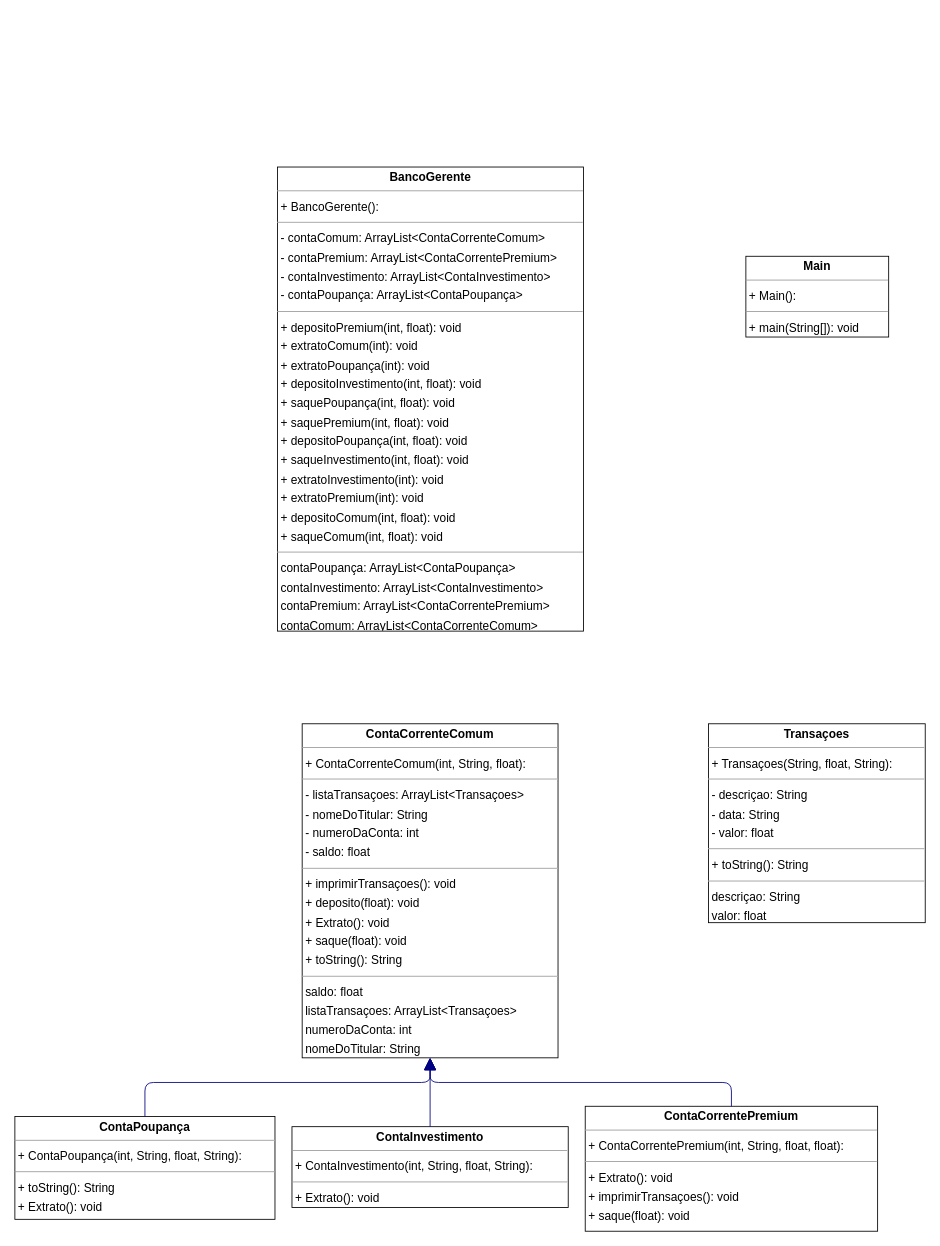
joaopaulocunhafaria/Faculdade keeps this draw.io diagram as Laboratorios POO/Laboratorio_08/Laboratorio_08.drawio. Above is the earlier version. Source tidied: cells renumbered, new cells numbered last; positions are measured from the earlier drawing's top-left corner, leaving out a move shared by most shapes. Both pictures are drawn from the tidied source at 85%, with x=0, y=0 at pixel (14, 167).
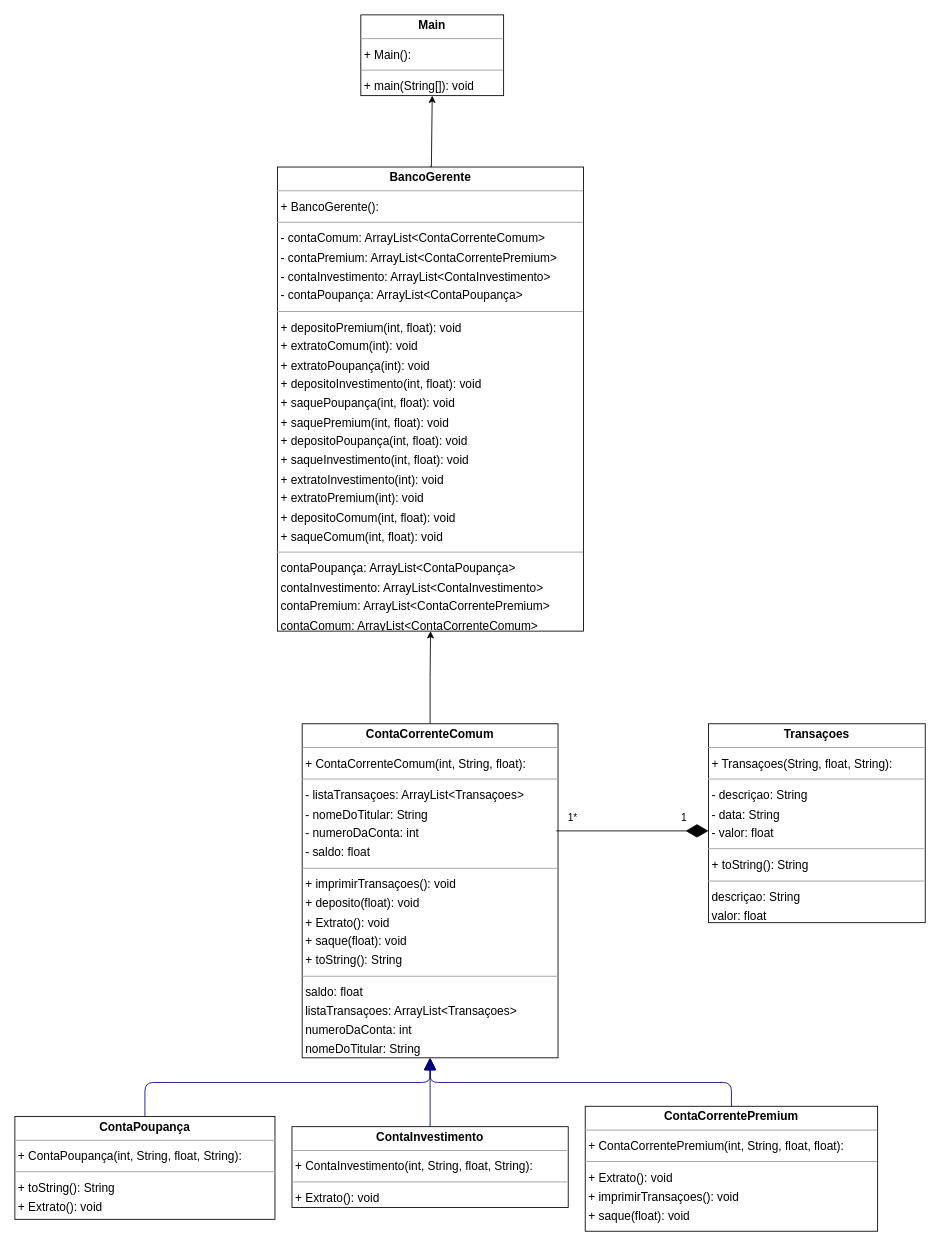
The same diagram, later.

Unchanged cells that the change refers to:
```xml
<mxCell id="2" value="&lt;p style=&quot;margin:0px;margin-top:4px;text-align:center;&quot;&gt;&lt;b&gt;BancoGerente&lt;/b&gt;&lt;/p&gt;&lt;hr size=&quot;1&quot;/&gt;&lt;p style=&quot;margin:0 0 0 4px;line-height:1.6;&quot;&gt;+ BancoGerente(): &lt;/p&gt;&lt;hr size=&quot;1&quot;/&gt;&lt;p style=&quot;margin:0 0 0 4px;line-height:1.6;&quot;&gt;- contaComum: ArrayList&amp;lt;ContaCorrenteComum&amp;gt;&lt;br/&gt;- contaPremium: ArrayList&amp;lt;ContaCorrentePremium&amp;gt;&lt;br/&gt;- contaInvestimento: ArrayList&amp;lt;ContaInvestimento&amp;gt;&lt;br/&gt;- contaPoupança: ArrayList&amp;lt;ContaPoupança&amp;gt;&lt;/p&gt;&lt;hr size=&quot;1&quot;/&gt;&lt;p style=&quot;margin:0 0 0 4px;line-height:1.6;&quot;&gt;+ depositoPremium(int, float): void&lt;br/&gt;+ extratoComum(int): void&lt;br/&gt;+ extratoPoupança(int): void&lt;br/&gt;+ depositoInvestimento(int, float): void&lt;br/&gt;+ saquePoupança(int, float): void&lt;br/&gt;+ saquePremium(int, float): void&lt;br/&gt;+ depositoPoupança(int, float): void&lt;br/&gt;+ saqueInvestimento(int, float): void&lt;br/&gt;+ extratoInvestimento(int): void&lt;br/&gt;+ extratoPremium(int): void&lt;br/&gt;+ depositoComum(int, float): void&lt;br/&gt;+ saqueComum(int, float): void&lt;/p&gt;&lt;hr size=&quot;1&quot;/&gt;&lt;p style=&quot;margin:0 0 0 4px;line-height:1.6;&quot;&gt; contaPoupança: ArrayList&amp;lt;ContaPoupança&amp;gt;&lt;br/&gt; contaInvestimento: ArrayList&amp;lt;ContaInvestimento&amp;gt;&lt;br/&gt; contaPremium: ArrayList&amp;lt;ContaCorrentePremium&amp;gt;&lt;br/&gt; contaComum: ArrayList&amp;lt;ContaCorrenteComum&amp;gt;&lt;/p&gt;" style="verticalAlign=top;align=left;overflow=fill;fontSize=14;fontFamily=Helvetica;html=1;rounded=0;shadow=0;comic=0;labelBackgroundColor=none;strokeWidth=1;" parent="1" vertex="1">
  <mxGeometry x="309" width="360" height="546" as="geometry" />
</mxCell>
<mxCell id="3" value="&lt;p style=&quot;margin:0px;margin-top:4px;text-align:center;&quot;&gt;&lt;b&gt;ContaCorrenteComum&lt;/b&gt;&lt;/p&gt;&lt;hr size=&quot;1&quot;/&gt;&lt;p style=&quot;margin:0 0 0 4px;line-height:1.6;&quot;&gt;+ ContaCorrenteComum(int, String, float): &lt;/p&gt;&lt;hr size=&quot;1&quot;/&gt;&lt;p style=&quot;margin:0 0 0 4px;line-height:1.6;&quot;&gt;- listaTransaçoes: ArrayList&amp;lt;Transaçoes&amp;gt;&lt;br/&gt;- nomeDoTitular: String&lt;br/&gt;- numeroDaConta: int&lt;br/&gt;- saldo: float&lt;/p&gt;&lt;hr size=&quot;1&quot;/&gt;&lt;p style=&quot;margin:0 0 0 4px;line-height:1.6;&quot;&gt;+ imprimirTransaçoes(): void&lt;br/&gt;+ deposito(float): void&lt;br/&gt;+ Extrato(): void&lt;br/&gt;+ saque(float): void&lt;br/&gt;+ toString(): String&lt;/p&gt;&lt;hr size=&quot;1&quot;/&gt;&lt;p style=&quot;margin:0 0 0 4px;line-height:1.6;&quot;&gt; saldo: float&lt;br/&gt; listaTransaçoes: ArrayList&amp;lt;Transaçoes&amp;gt;&lt;br/&gt; numeroDaConta: int&lt;br/&gt; nomeDoTitular: String&lt;/p&gt;" style="verticalAlign=top;align=left;overflow=fill;fontSize=14;fontFamily=Helvetica;html=1;rounded=0;shadow=0;comic=0;labelBackgroundColor=none;strokeWidth=1;" parent="1" vertex="1">
  <mxGeometry x="338" y="655" width="301" height="393" as="geometry" />
</mxCell>
```

What changed in the source:
```diff
@@
+    <mxCell id="12" style="edgeStyle=orthogonalEdgeStyle;rounded=0;jettySize=auto;html=1;exitX=0.5;exitY=0;exitDx=0;exitDy=0;entryX=0.5;entryY=1;entryDx=0;entryDy=0;" parent="1" edge="1" target="7">
+      <mxGeometry relative="1" as="geometry">
+        <mxPoint x="488" as="sourcePoint" />
+        <Array as="points">
+          <mxPoint x="490" />
+        </Array>
+      </mxGeometry>
+    </mxCell>
@@
+    <mxCell id="13" style="edgeStyle=orthogonalEdgeStyle;rounded=0;jettySize=auto;html=1;exitX=0.5;exitY=0;exitDx=0;exitDy=0;entryX=0.5;entryY=1;entryDx=0;entryDy=0;" parent="1" edge="1" source="3" target="2">
+      <mxGeometry relative="1" as="geometry" />
+    </mxCell>
@@
     <mxCell id="7" value="&lt;p style=&quot;margin:0px;margin-top:4px;text-align:center;&quot;&gt;&lt;b&gt;Main&lt;/b&gt;&lt;/p&gt;&lt;hr size=&quot;1&quot;/&gt;&lt;p style=&quot;margin:0 0 0 4px;line-height:1.6;&quot;&gt;+ Main(): &lt;/p&gt;&lt;hr size=&quot;1&quot;/&gt;&lt;p style=&quot;margin:0 0 0 4px;line-height:1.6;&quot;&gt;+ main(String[]): void&lt;/p&gt;" style="verticalAlign=top;align=left;overflow=fill;fontSize=14;fontFamily=Helvetica;html=1;rounded=0;shadow=0;comic=0;labelBackgroundColor=none;strokeWidth=1;" parent="1" vertex="1">
-      <mxGeometry x="860" y="105" width="168" height="95" as="geometry" />
+      <mxGeometry x="407" y="-179" width="168" height="95" as="geometry" />
     </mxCell>
@@
+    <mxCell id="14" style="endArrow=diamondThin;endFill=1;endSize=24;html=1;rounded=0;" parent="1" edge="1">
+      <mxGeometry relative="1" as="geometry">
+        <mxPoint x="637" y="781" as="sourcePoint" />
+        <mxPoint x="816" y="781" as="targetPoint" />
+      </mxGeometry>
+    </mxCell>
+    <mxCell id="15" value="1*" style="text;html=1;align=center;verticalAlign=middle;strokeColor=none;fillColor=none;" parent="1" vertex="1">
+      <mxGeometry x="641" y="751" width="30" height="30" as="geometry" />
+    </mxCell>
+    <mxCell id="16" value="1" style="text;html=1;align=center;verticalAlign=middle;strokeColor=none;fillColor=none;" parent="1" vertex="1">
+      <mxGeometry x="772" y="751" width="30" height="30" as="geometry" />
+    </mxCell>
```
